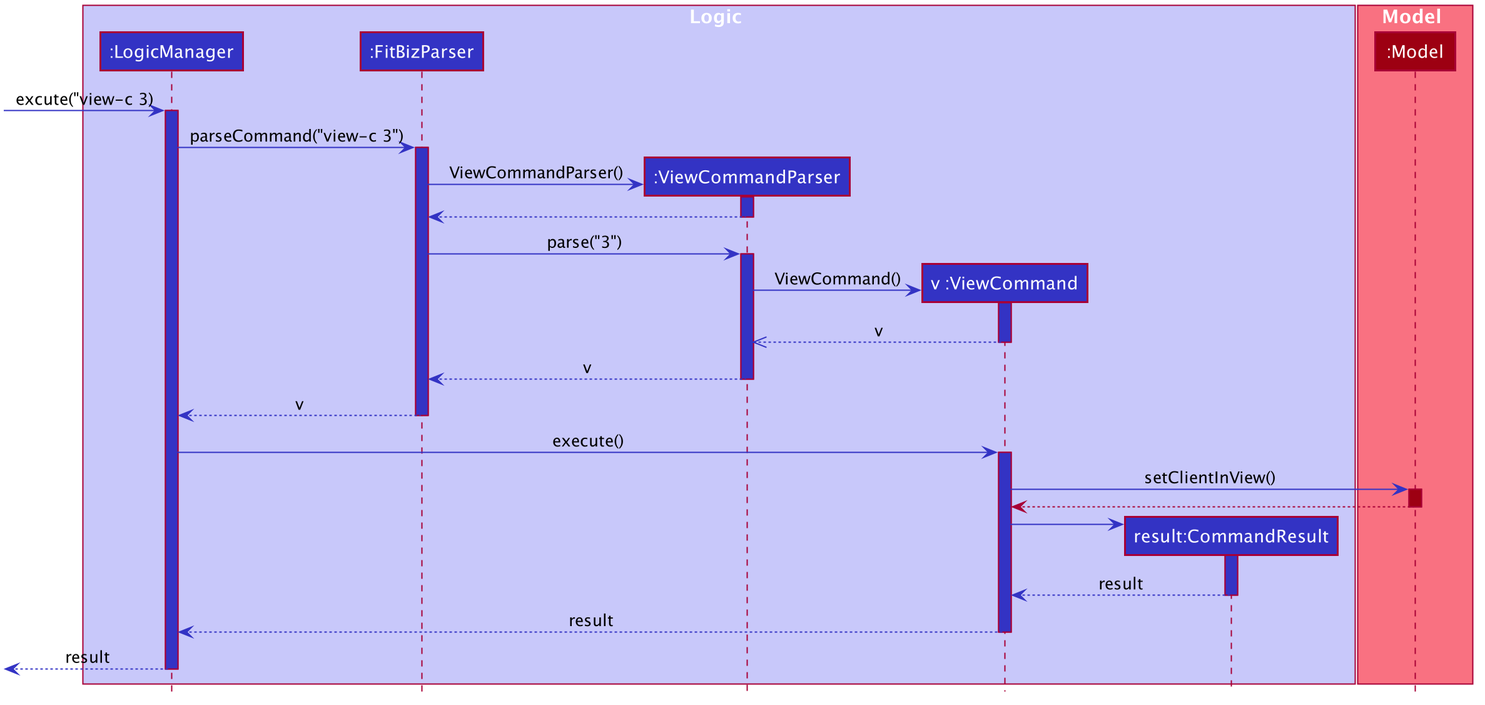
The PlantUML diagram docs/images/ViewSequenceDiagram.png in nus-cs2103-AY1920S2/addressbook-level3, before a commit.
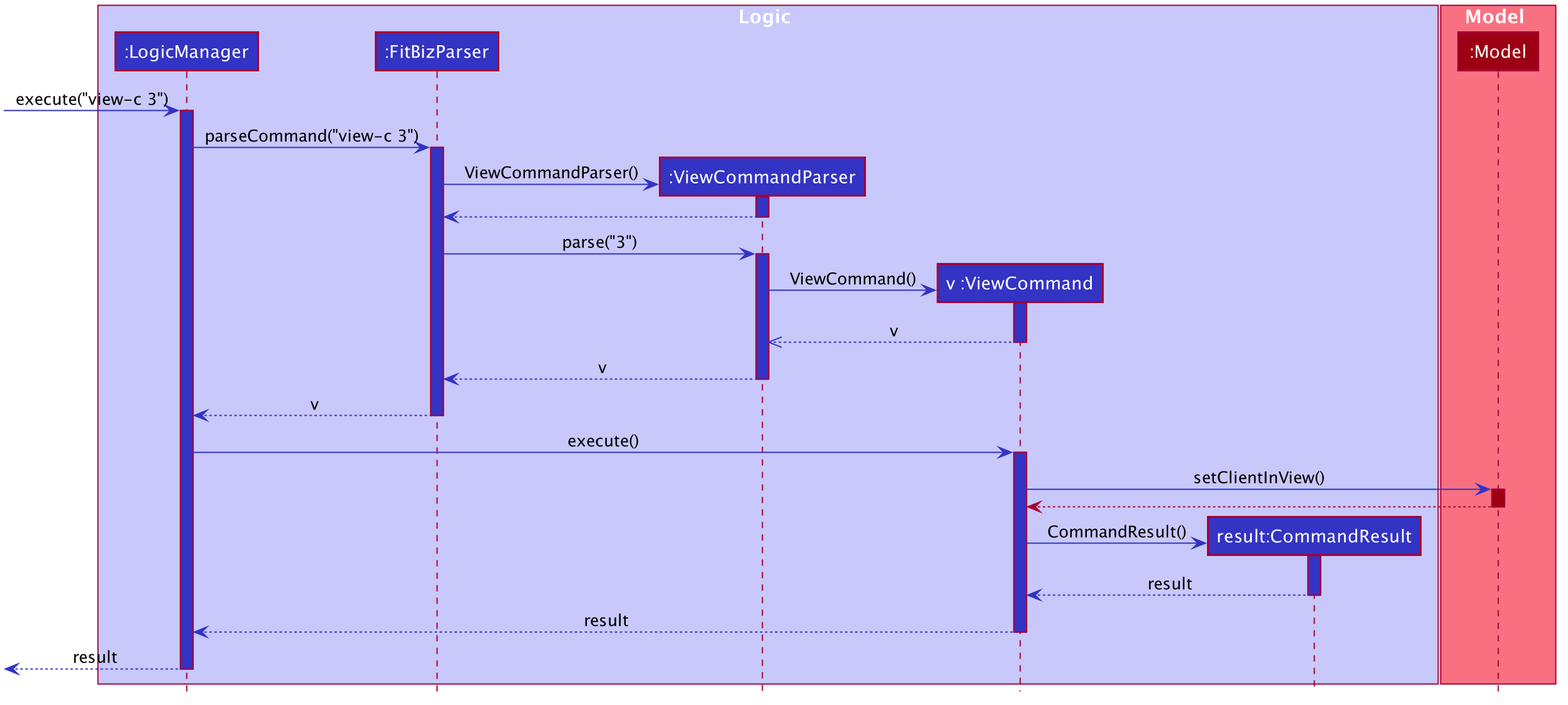
After the change.

The edit, as a diff of the source:
```diff
@@ -60,7 +60,7 @@
 participant ":Model" as Model #9D0012
 end box
 
--[#3333C4]> LogicManager : excute("view-c 3)
+-[#3333C4]> LogicManager : execute("view-c 3")
 activate LogicManager #3333C4
 
 LogicManager -[#3333C4]> FitBizParser : parseCommand("view-c 3")
@@ -96,7 +96,7 @@
 Model --> ViewCommand
 deactivate Model
 
-ViewCommand -[#3333C4]> CommandResult **
+ViewCommand -[#3333C4]> CommandResult ** : CommandResult()
 activate CommandResult  #3333C4
 
 CommandResult --[#3333C4]> ViewCommand : result
```
